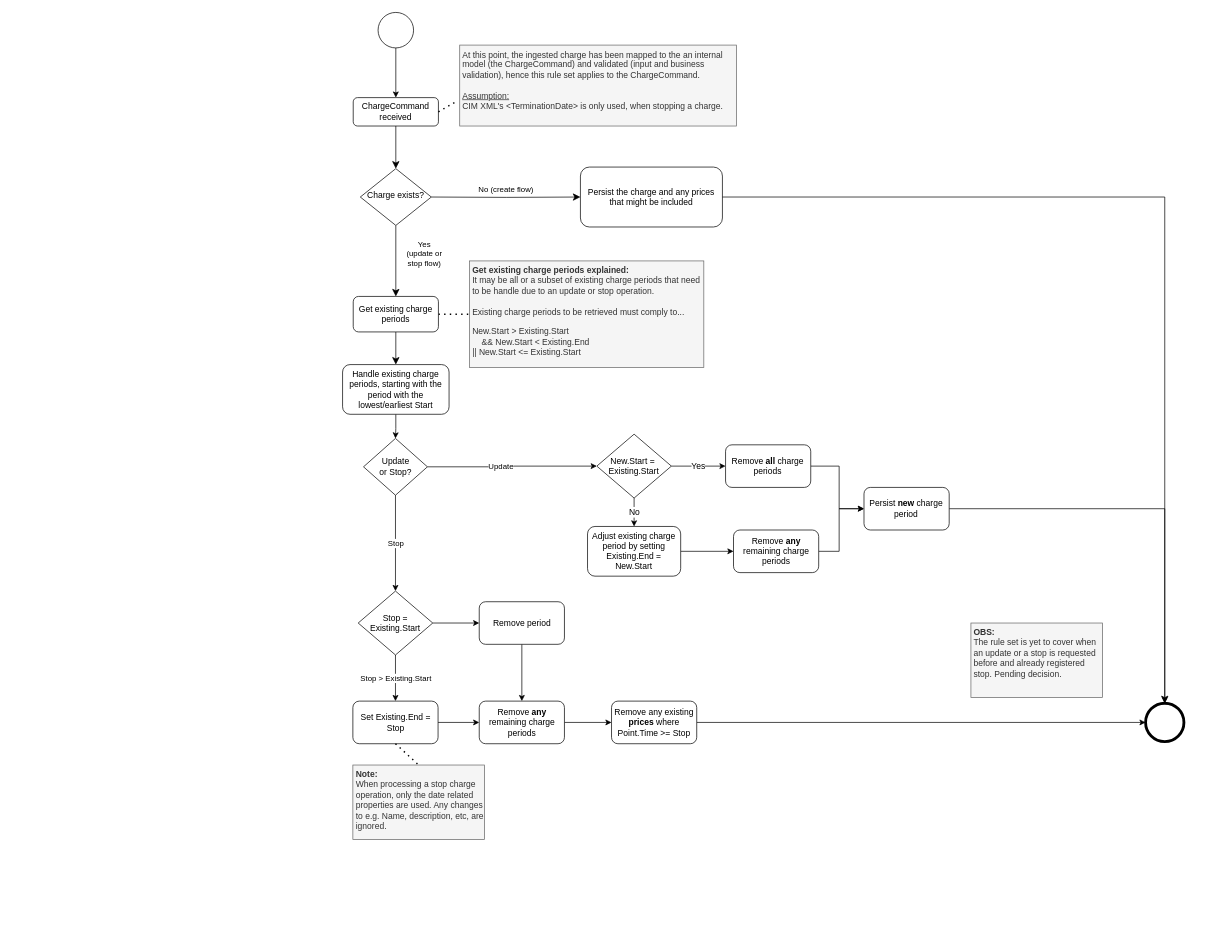
Earlier version of the draw.io diagram page "Ruleset_v2" (1 of 2) of docs/process-flows/images/PersistingChargesRuleSet_ProcessFlow.drawio (Energinet-DataHub/ARCHIVED-geh-charges). Source tidied: cells renumbered, new cells numbered last; positions are measured from the earlier drawing's top-left corner, leaving out a move shared by most shapes. Both pictures are drawn from the tidied source at 71%, with x=0, y=0 at pixel (342, 12).
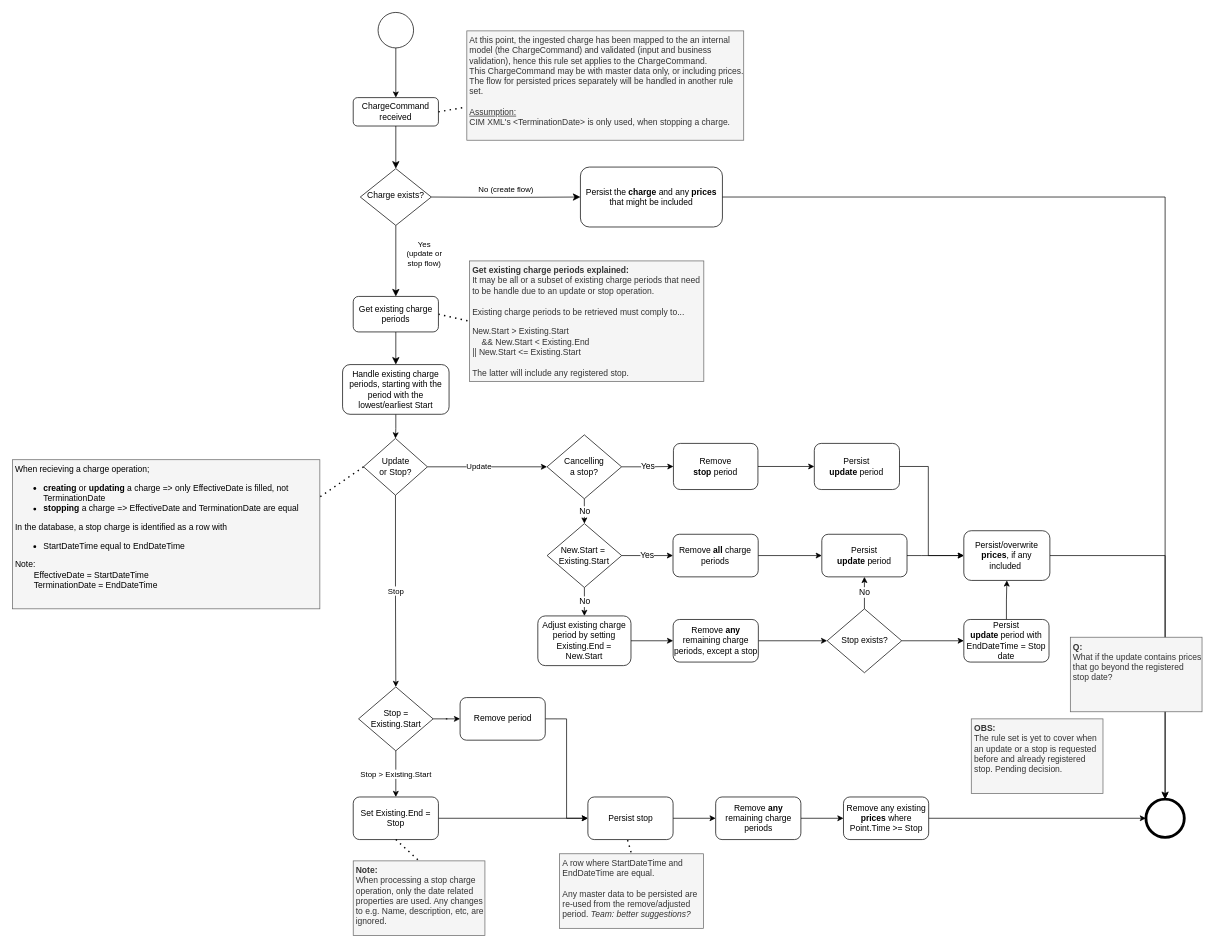
The same diagram, later.

Commit message (it also covers changes not shown here):
WIP - including cancelling a stop

The change refers to these unchanged cells:
```xml
<mxCell id="19" value="Update &lt;br&gt;or Stop?" style="rhombus;whiteSpace=wrap;html=1;" parent="1" vertex="1">
  <mxGeometry x="29.5" y="600" width="90" height="80" as="geometry" />
</mxCell>
```

What changed in the source:
```diff
@@
     <mxCell id="9" style="ellipse;whiteSpace=wrap;html=1;strokeWidth=4;" parent="1" vertex="1">
-      <mxGeometry x="1131" y="973" width="54" height="54" as="geometry" />
+      <mxGeometry x="1131.5" y="1108" width="54" height="54" as="geometry" />
     </mxCell>
@@
-    <mxCell id="12" value="Persist the charge and any prices that might be included" style="rounded=1;whiteSpace=wrap;html=1;fontSize=12;glass=0;strokeWidth=1;shadow=0;" parent="1" vertex="1">
+    <mxCell id="12" value="Persist the &lt;b&gt;charge &lt;/b&gt;and any &lt;b&gt;prices &lt;/b&gt;that might be included" style="rounded=1;whiteSpace=wrap;html=1;fontSize=12;glass=0;strokeWidth=1;shadow=0;" parent="1" vertex="1">
       <mxGeometry x="335" y="217.8" width="200" height="84.4" as="geometry" />
     </mxCell>
@@
-    <mxCell id="14" value="At this point, the ingested charge has been mapped to the an internal model (the ChargeCommand) and validated (input and business validation), hence this rule set applies to the ChargeCommand.&lt;br&gt;&lt;br&gt;&lt;u&gt;Assumption:&lt;/u&gt;&lt;br&gt;CIM XML's &amp;lt;TerminationDate&amp;gt; is only used, when stopping a charge.&amp;nbsp;" style="text;html=1;strokeColor=#666666;fillColor=#f5f5f5;align=left;verticalAlign=top;whiteSpace=wrap;rounded=0;fontColor=#333333;perimeterSpacing=0;spacingTop=0;spacingLeft=2;spacingBottom=2;" parent="1" vertex="1">
-      <mxGeometry x="165" y="46" width="390" height="114" as="geometry" />
+    <mxCell id="14" value="At this point, the ingested charge has been mapped to the an internal model (the ChargeCommand) and validated (input and business validation), hence this rule set applies to the ChargeCommand.&lt;br&gt;This ChargeCommand may be with master data only, or including prices.&lt;br&gt;The flow for persisted prices separately will be handled in another rule set.&lt;br&gt;&lt;br&gt;&lt;u&gt;Assumption:&lt;/u&gt;&lt;br&gt;CIM XML's &amp;lt;TerminationDate&amp;gt; is only used, when stopping a charge.&amp;nbsp;" style="text;html=1;strokeColor=#666666;fillColor=#f5f5f5;align=left;verticalAlign=top;whiteSpace=wrap;rounded=0;fontColor=#333333;perimeterSpacing=0;spacingTop=0;spacingLeft=2;spacingBottom=2;" parent="1" vertex="1">
+      <mxGeometry x="175" y="26" width="390" height="154" as="geometry" />
     </mxCell>
@@
-    <mxCell id="16" value="&lt;b&gt;Get existing charge periods explained:&lt;/b&gt;&lt;br&gt;It may be all or a subset of existing charge periods that need to be handle due to an update or stop operation.&lt;br&gt;&lt;br&gt;Existing charge periods to be retrieved must comply to...&lt;br&gt;&lt;br&gt;New.Start &amp;gt; Existing.Start&lt;br&gt;&amp;nbsp; &amp;nbsp; &amp;amp;&amp;amp; New.Start &amp;lt; Existing.End&lt;br&gt;|| New.Start &amp;lt;= Existing.Start" style="text;html=1;strokeColor=#666666;fillColor=#f5f5f5;align=left;verticalAlign=top;whiteSpace=wrap;rounded=0;fontColor=#333333;perimeterSpacing=0;spacingTop=0;spacingLeft=2;spacingBottom=2;" parent="1" vertex="1">
-      <mxGeometry x="178.8" y="350" width="330" height="150" as="geometry" />
+    <mxCell id="16" value="&lt;b&gt;Get existing charge periods explained:&lt;/b&gt;&lt;br&gt;It may be all or a subset of existing charge periods that need to be handle due to an update or stop operation.&lt;br&gt;&lt;br&gt;Existing charge periods to be retrieved must comply to...&lt;br&gt;&lt;br&gt;New.Start &amp;gt; Existing.Start&lt;br&gt;&amp;nbsp; &amp;nbsp; &amp;amp;&amp;amp; New.Start &amp;lt; Existing.End&lt;br&gt;|| New.Start &amp;lt;= Existing.Start&lt;br&gt;&lt;br&gt;The latter will include any registered stop." style="text;html=1;strokeColor=#666666;fillColor=#f5f5f5;align=left;verticalAlign=top;whiteSpace=wrap;rounded=0;fontColor=#333333;perimeterSpacing=0;spacingTop=0;spacingLeft=2;spacingBottom=2;" parent="1" vertex="1">
+      <mxGeometry x="178.8" y="350" width="330" height="170" as="geometry" />
     </mxCell>
@@
-    <mxCell id="18" value="Update" style="edgeStyle=orthogonalEdgeStyle;rounded=0;jettySize=auto;html=1;entryX=0;entryY=0.5;entryDx=0;entryDy=0;" parent="1" edge="1" source="19" target="40">
+    <mxCell id="18" value="Update" style="edgeStyle=orthogonalEdgeStyle;rounded=0;jettySize=auto;html=1;entryX=0;entryY=0.5;entryDx=0;entryDy=0;" parent="1" edge="1" source="19" target="58">
       <mxGeometry x="-0.14" relative="1" as="geometry" />
     </mxCell>
@@
     <mxCell id="23" value="Stop = Existing.Start" style="rhombus;whiteSpace=wrap;html=1;" parent="1" vertex="1">
-      <mxGeometry x="22" y="815" width="105" height="90" as="geometry" />
+      <mxGeometry x="22.5" y="950" width="105" height="90" as="geometry" />
     </mxCell>
-    <mxCell id="24" style="edgeStyle=orthogonalEdgeStyle;rounded=0;jettySize=auto;html=1;fontSize=11;" parent="1" edge="1" source="25" target="31">
+    <mxCell id="24" style="edgeStyle=orthogonalEdgeStyle;rounded=0;jettySize=auto;html=1;fontSize=11;entryX=0;entryY=0.5;entryDx=0;entryDy=0;" parent="1" edge="1" source="25" target="51">
       <mxGeometry relative="1" as="geometry" />
     </mxCell>
     <mxCell id="25" value="Remove period" style="rounded=1;whiteSpace=wrap;html=1;" parent="1" vertex="1">
-      <mxGeometry x="192.5" y="830" width="120" height="60" as="geometry" />
+      <mxGeometry x="165.5" y="965" width="120" height="60" as="geometry" />
     </mxCell>
@@
     <mxCell id="27" value="Remove any existing &lt;b&gt;prices &lt;/b&gt;where Point.Time &amp;gt;= Stop" style="rounded=1;whiteSpace=wrap;html=1;" parent="1" vertex="1">
-      <mxGeometry x="378.8" y="970" width="120" height="60" as="geometry" />
+      <mxGeometry x="705.5" y="1105" width="120" height="60" as="geometry" />
     </mxCell>
-    <mxCell id="28" style="edgeStyle=orthogonalEdgeStyle;rounded=0;jettySize=auto;html=1;fontSize=11;" parent="1" edge="1" source="29" target="31">
+    <mxCell id="28" style="edgeStyle=orthogonalEdgeStyle;rounded=0;jettySize=auto;html=1;fontSize=11;entryX=0;entryY=0.5;entryDx=0;entryDy=0;" parent="1" edge="1" source="29" target="51">
       <mxGeometry relative="1" as="geometry" />
     </mxCell>
     <mxCell id="29" value="Set Existing.End = Stop" style="rounded=1;whiteSpace=wrap;html=1;" parent="1" vertex="1">
-      <mxGeometry x="14.5" y="970" width="120" height="60" as="geometry" />
+      <mxGeometry x="15" y="1105" width="120" height="60" as="geometry" />
     </mxCell>
@@
     <mxCell id="31" value="Remove &lt;b&gt;any &lt;/b&gt;remaining charge periods" style="rounded=1;whiteSpace=wrap;html=1;" parent="1" vertex="1">
-      <mxGeometry x="192.5" y="970" width="120" height="60" as="geometry" />
+      <mxGeometry x="525.5" y="1105" width="120" height="60" as="geometry" />
     </mxCell>
     <mxCell id="32" value="&lt;b&gt;Note:&lt;/b&gt;&lt;br&gt;When processing a stop charge operation, only the date related properties are used. Any changes to e.g. Name, description, etc, are ignored." style="text;html=1;align=left;verticalAlign=top;whiteSpace=wrap;rounded=0;perimeterSpacing=0;spacingTop=0;spacingLeft=2;spacingBottom=2;fillColor=#f5f5f5;strokeColor=#666666;fontColor=#333333;" parent="1" vertex="1">
-      <mxGeometry x="14.5" y="1060" width="185.5" height="105" as="geometry" />
+      <mxGeometry x="15" y="1195" width="185.5" height="105" as="geometry" />
     </mxCell>
@@
-    <mxCell id="34" style="edgeStyle=orthogonalEdgeStyle;rounded=0;jettySize=auto;html=1;fontSize=11;endArrow=classic;endFill=1;" parent="1" edge="1" source="35" target="37">
-      <mxGeometry relative="1" as="geometry">
-        <Array as="points">
-          <mxPoint x="699.4" y="639" />
-          <mxPoint x="699.4" y="699" />
-        </Array>
-      </mxGeometry>
+    <mxCell id="34" style="edgeStyle=orthogonalEdgeStyle;rounded=0;jettySize=auto;html=1;entryX=0;entryY=0.5;entryDx=0;entryDy=0;fontSize=12;endArrow=classic;endFill=1;" parent="1" edge="1" source="35" target="37">
+      <mxGeometry relative="1" as="geometry" />
     </mxCell>
     <mxCell id="35" value="Remove &lt;b&gt;all &lt;/b&gt;charge periods" style="rounded=1;whiteSpace=wrap;html=1;" parent="1" vertex="1">
-      <mxGeometry x="539.4" y="609" width="120" height="60" as="geometry" />
+      <mxGeometry x="465.4" y="735" width="120" height="60" as="geometry" />
     </mxCell>
-    <mxCell id="36" style="edgeStyle=orthogonalEdgeStyle;rounded=0;jettySize=auto;html=1;entryX=0.5;entryY=0;entryDx=0;entryDy=0;fontSize=12;endArrow=classic;endFill=1;" parent="1" edge="1" source="37" target="9">
-      <mxGeometry relative="1" as="geometry" />
-    </mxCell>
+    <mxCell id="48" style="edgeStyle=orthogonalEdgeStyle;rounded=0;jettySize=auto;html=1;entryX=0;entryY=0.5;entryDx=0;entryDy=0;fontSize=12;endArrow=classic;endFill=1;exitX=1;exitY=0.5;exitDx=0;exitDy=0;" parent="1" edge="1" source="37" target="64">
+      <mxGeometry relative="1" as="geometry">
+        <Array as="points">
+          <mxPoint x="815" y="765" />
+          <mxPoint x="815" y="765" />
+        </Array>
+      </mxGeometry>
+    </mxCell>
-    <mxCell id="37" value="Persist &lt;b&gt;new &lt;/b&gt;charge period" style="whiteSpace=wrap;html=1;rounded=1;" parent="1" vertex="1">
-      <mxGeometry x="734.4" y="669" width="120" height="60" as="geometry" />
+    <mxCell id="37" value="Persist &lt;br&gt;&lt;b&gt;update &lt;/b&gt;period" style="whiteSpace=wrap;html=1;rounded=1;" parent="1" vertex="1">
+      <mxGeometry x="675" y="735" width="120" height="60" as="geometry" />
     </mxCell>
@@
     <mxCell id="40" value="&lt;font style=&quot;font-size: 12px&quot;&gt;New.Start =&amp;nbsp;&lt;br&gt;Existing.Start&lt;/font&gt;" style="rhombus;whiteSpace=wrap;html=1;" parent="1" vertex="1">
-      <mxGeometry x="358.1" y="594" width="105" height="90" as="geometry" />
+      <mxGeometry x="288.1" y="720" width="105" height="90" as="geometry" />
     </mxCell>
@@
     <mxCell id="42" value="Adjust existing charge period by setting Existing.End = New.Start" style="rounded=1;whiteSpace=wrap;html=1;" parent="1" vertex="1">
-      <mxGeometry x="345" y="724" width="131.2" height="70" as="geometry" />
+      <mxGeometry x="275" y="850" width="131.2" height="70" as="geometry" />
     </mxCell>
-    <mxCell id="43" style="edgeStyle=orthogonalEdgeStyle;rounded=0;jettySize=auto;html=1;entryX=0;entryY=0.5;entryDx=0;entryDy=0;fontSize=12;endArrow=classic;endFill=1;" parent="1" edge="1" source="44" target="37">
-      <mxGeometry relative="1" as="geometry">
-        <Array as="points">
-          <mxPoint x="699.4" y="759" />
-          <mxPoint x="699.4" y="699" />
-        </Array>
-      </mxGeometry>
-    </mxCell>
+    <mxCell id="49" style="edgeStyle=orthogonalEdgeStyle;rounded=0;jettySize=auto;html=1;entryX=0;entryY=0.5;entryDx=0;entryDy=0;fontSize=12;endArrow=classic;endFill=1;" parent="1" edge="1" source="44" target="67">
+      <mxGeometry relative="1" as="geometry" />
+    </mxCell>
-    <mxCell id="44" value="Remove &lt;b&gt;any &lt;/b&gt;remaining charge periods" style="rounded=1;whiteSpace=wrap;html=1;" parent="1" vertex="1">
-      <mxGeometry x="550.6" y="729" width="120" height="60" as="geometry" />
+    <mxCell id="44" value="Remove &lt;b&gt;any &lt;/b&gt;remaining charge periods, except a stop" style="rounded=1;whiteSpace=wrap;html=1;" parent="1" vertex="1">
+      <mxGeometry x="465.6" y="855" width="120" height="60" as="geometry" />
     </mxCell>
     <mxCell id="45" value="&lt;b&gt;OBS:&amp;nbsp;&lt;/b&gt;&lt;br&gt;The rule set is yet to cover when an update or a stop is requested before and already registered stop. Pending decision." style="text;html=1;align=left;verticalAlign=top;whiteSpace=wrap;rounded=0;perimeterSpacing=0;spacingTop=0;spacingLeft=2;spacingBottom=2;fillColor=#f5f5f5;strokeColor=#666666;fontColor=#333333;" parent="1" vertex="1">
-      <mxGeometry x="885" y="860" width="185.5" height="105" as="geometry" />
+      <mxGeometry x="885.5" y="995" width="185.5" height="105" as="geometry" />
     </mxCell>
@@
+    <mxCell id="50" style="edgeStyle=orthogonalEdgeStyle;rounded=0;jettySize=auto;html=1;entryX=0;entryY=0.5;entryDx=0;entryDy=0;fontSize=12;endArrow=classic;endFill=1;" parent="1" edge="1" source="51" target="31">
+      <mxGeometry relative="1" as="geometry" />
+    </mxCell>
+    <mxCell id="51" value="Persist stop" style="rounded=1;whiteSpace=wrap;html=1;" parent="1" vertex="1">
+      <mxGeometry x="345.5" y="1105" width="120" height="60" as="geometry" />
+    </mxCell>
+    <mxCell id="52" style="endArrow=none;dashed=1;html=1;dashPattern=1 3;strokeWidth=2;exitX=0.466;exitY=1.012;exitDx=0;exitDy=0;entryX=0.5;entryY=0;entryDx=0;entryDy=0;exitPerimeter=0;" parent="1" edge="1" source="51" target="53">
+      <mxGeometry relative="1" as="geometry" />
+    </mxCell>
+    <mxCell id="53" value="A row where StartDateTime and EndDateTime are equal.&lt;br&gt;&lt;br&gt;Any master data to be persisted are re-used from the remove/adjusted period. &lt;i&gt;Team: better suggestions?&lt;/i&gt;" style="text;html=1;align=left;verticalAlign=top;whiteSpace=wrap;rounded=0;perimeterSpacing=0;spacingTop=0;spacingLeft=2;spacingBottom=2;fillColor=#f5f5f5;strokeColor=#666666;fontColor=#333333;" parent="1" vertex="1">
+      <mxGeometry x="305.5" y="1185" width="202.8" height="105" as="geometry" />
+    </mxCell>
+    <mxCell id="54" value="&lt;div style=&quot;color: rgb(0 , 0 , 0)&quot;&gt;&lt;span&gt;&#9;&lt;/span&gt;When recieving a charge operation;&lt;/div&gt;&lt;ul style=&quot;color: rgb(0 , 0 , 0) ; text-align: center&quot;&gt;&lt;li style=&quot;text-align: left&quot;&gt;&lt;b&gt;creating&lt;/b&gt;&amp;nbsp;or&amp;nbsp;&lt;b&gt;updating&lt;/b&gt;&amp;nbsp;a charge&amp;nbsp;=&amp;gt; only EffectiveDate is filled, not TerminationDate&lt;/li&gt;&lt;li style=&quot;text-align: left&quot;&gt;&lt;b&gt;stopping&lt;/b&gt;&amp;nbsp;a charge =&amp;gt; EffectiveDate and TerminationDate are equal&lt;br&gt;&lt;/li&gt;&lt;/ul&gt;&lt;div style=&quot;color: rgb(0 , 0 , 0)&quot;&gt;&lt;span&gt;&#9;&lt;/span&gt;In the database, a stop charge is identified as a row with&amp;nbsp;&lt;/div&gt;&lt;div style=&quot;color: rgb(0 , 0 , 0) ; text-align: center&quot;&gt;&lt;ul&gt;&lt;li style=&quot;text-align: left&quot;&gt;StartDateTime equal to EndDateTime&lt;/li&gt;&lt;/ul&gt;&lt;div style=&quot;text-align: left&quot;&gt;&lt;span&gt;Note:&amp;nbsp;&lt;/span&gt;&lt;br&gt;&lt;/div&gt;&lt;div style=&quot;text-align: left&quot;&gt;&lt;span style=&quot;white-space: pre&quot;&gt;&#9;&lt;/span&gt;&lt;span&gt;EffectiveDate = StartDateTime&lt;/span&gt;&lt;br&gt;&lt;/div&gt;&lt;/div&gt;&lt;div style=&quot;color: rgb(0 , 0 , 0)&quot;&gt;&lt;span&gt;&#9;&lt;/span&gt;&lt;span style=&quot;white-space: pre&quot;&gt;&#9;&lt;/span&gt;TerminationDate = EndDateTime&lt;/div&gt;" style="text;html=1;strokeColor=#666666;fillColor=#f5f5f5;align=left;verticalAlign=top;whiteSpace=wrap;rounded=0;fontColor=#333333;perimeterSpacing=0;spacingTop=0;spacingLeft=2;spacingBottom=2;" parent="1" vertex="1">
+      <mxGeometry x="-465" y="630" width="433" height="210" as="geometry" />
+    </mxCell>
+    <mxCell id="55" style="endArrow=none;dashed=1;html=1;dashPattern=1 3;strokeWidth=2;entryX=1;entryY=0.25;entryDx=0;entryDy=0;exitX=0;exitY=0.5;exitDx=0;exitDy=0;" parent="1" edge="1" source="19" target="54">
+      <mxGeometry relative="1" as="geometry" />
+    </mxCell>
+    <mxCell id="56" value="Yes" style="edgeStyle=orthogonalEdgeStyle;rounded=0;jettySize=auto;html=1;fontSize=12;endArrow=classic;endFill=1;entryX=0;entryY=0.5;entryDx=0;entryDy=0;" parent="1" edge="1" source="58" target="60">
+      <mxGeometry relative="1" as="geometry" />
+    </mxCell>
+    <mxCell id="57" value="No" style="edgeStyle=orthogonalEdgeStyle;rounded=0;jettySize=auto;html=1;entryX=0.5;entryY=0;entryDx=0;entryDy=0;fontSize=12;endArrow=classic;endFill=1;" parent="1" edge="1" source="58" target="40">
+      <mxGeometry relative="1" as="geometry" />
+    </mxCell>
+    <mxCell id="58" value="Cancelling &lt;br&gt;a stop?" style="rhombus;whiteSpace=wrap;html=1;" parent="1" vertex="1">
+      <mxGeometry x="288" y="595" width="105" height="90" as="geometry" />
+    </mxCell>
+    <mxCell id="59" style="edgeStyle=orthogonalEdgeStyle;rounded=0;jettySize=auto;html=1;entryX=0;entryY=0.5;entryDx=0;entryDy=0;fontSize=12;endArrow=classic;endFill=1;" parent="1" edge="1" source="60" target="62">
+      <mxGeometry relative="1" as="geometry" />
+    </mxCell>
+    <mxCell id="60" value="Remove &lt;br&gt;&lt;b&gt;stop &lt;/b&gt;period" style="rounded=1;whiteSpace=wrap;html=1;" parent="1" vertex="1">
+      <mxGeometry x="466" y="607" width="119" height="65" as="geometry" />
+    </mxCell>
+    <mxCell id="61" style="edgeStyle=orthogonalEdgeStyle;rounded=0;jettySize=auto;html=1;fontSize=12;endArrow=classic;endFill=1;entryX=0;entryY=0.5;entryDx=0;entryDy=0;" parent="1" edge="1" source="62" target="64">
+      <mxGeometry relative="1" as="geometry">
+        <Array as="points">
+          <mxPoint x="825" y="640" />
+          <mxPoint x="825" y="765" />
+        </Array>
+      </mxGeometry>
+    </mxCell>
+    <mxCell id="62" value="Persist &lt;br&gt;&lt;b&gt;update &lt;/b&gt;period" style="rounded=1;whiteSpace=wrap;html=1;" parent="1" vertex="1">
+      <mxGeometry x="664.4" y="607" width="120" height="65" as="geometry" />
+    </mxCell>
+    <mxCell id="63" style="edgeStyle=orthogonalEdgeStyle;rounded=0;jettySize=auto;html=1;entryX=0.5;entryY=0;entryDx=0;entryDy=0;fontSize=12;endArrow=classic;endFill=1;" parent="1" edge="1" source="64" target="9">
+      <mxGeometry relative="1" as="geometry" />
+    </mxCell>
+    <mxCell id="64" value="Persist/overwrite&lt;br&gt;&lt;b&gt;prices&lt;/b&gt;, if any included&amp;nbsp;" style="rounded=1;whiteSpace=wrap;html=1;" parent="1" vertex="1">
+      <mxGeometry x="875" y="730" width="121.2" height="70" as="geometry" />
+    </mxCell>
+    <mxCell id="65" value="No" style="edgeStyle=orthogonalEdgeStyle;rounded=0;jettySize=auto;html=1;entryX=0.5;entryY=1;entryDx=0;entryDy=0;fontSize=12;endArrow=classic;endFill=1;" parent="1" edge="1" source="67" target="37">
+      <mxGeometry relative="1" as="geometry" />
+    </mxCell>
+    <mxCell id="66" style="edgeStyle=orthogonalEdgeStyle;rounded=0;jettySize=auto;html=1;entryX=0;entryY=0.5;entryDx=0;entryDy=0;fontSize=12;endArrow=classic;endFill=1;" parent="1" edge="1" source="67" target="69">
+      <mxGeometry relative="1" as="geometry" />
+    </mxCell>
+    <mxCell id="67" value="Stop exists?" style="rhombus;whiteSpace=wrap;html=1;" parent="1" vertex="1">
+      <mxGeometry x="682.5" y="840" width="105" height="90" as="geometry" />
+    </mxCell>
+    <mxCell id="68" style="edgeStyle=orthogonalEdgeStyle;rounded=0;jettySize=auto;html=1;entryX=0.5;entryY=1;entryDx=0;entryDy=0;fontSize=12;endArrow=classic;endFill=1;" parent="1" edge="1" source="69" target="64">
+      <mxGeometry relative="1" as="geometry" />
+    </mxCell>
+    <mxCell id="69" value="Persist &lt;br&gt;&lt;b&gt;update &lt;/b&gt;period with EndDateTime = Stop date" style="whiteSpace=wrap;html=1;rounded=1;" parent="1" vertex="1">
+      <mxGeometry x="875" y="855" width="120" height="60" as="geometry" />
+    </mxCell>
+    <mxCell id="70" value="&lt;b&gt;Q:&lt;/b&gt;&lt;br&gt;What if the update contains prices that go beyond the registered stop date?" style="text;html=1;align=left;verticalAlign=top;whiteSpace=wrap;rounded=0;perimeterSpacing=0;spacingTop=0;spacingLeft=2;spacingBottom=2;fillColor=#f5f5f5;strokeColor=#666666;fontColor=#333333;" parent="1" vertex="1">
+      <mxGeometry x="1025" y="880" width="185.5" height="105" as="geometry" />
+    </mxCell>
```
